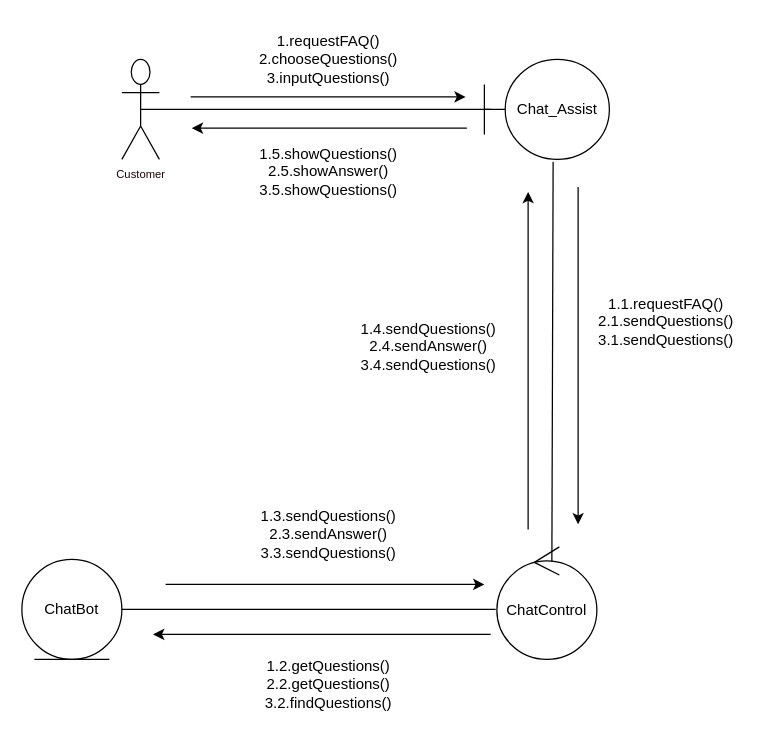
munkeawtoast/isad-diagrams keeps this draw.io diagram as page "Page-2" (1 of 2) of Request Durian info and FAQ.drawio. Above is the earlier version. Source tidied: cells renumbered, new cells numbered last; positions are measured from the earlier drawing's top-left corner, leaving out a move shared by most shapes. Both pictures are drawn from the tidied source at 125%, with x=0, y=0 at pixel (21, 21).
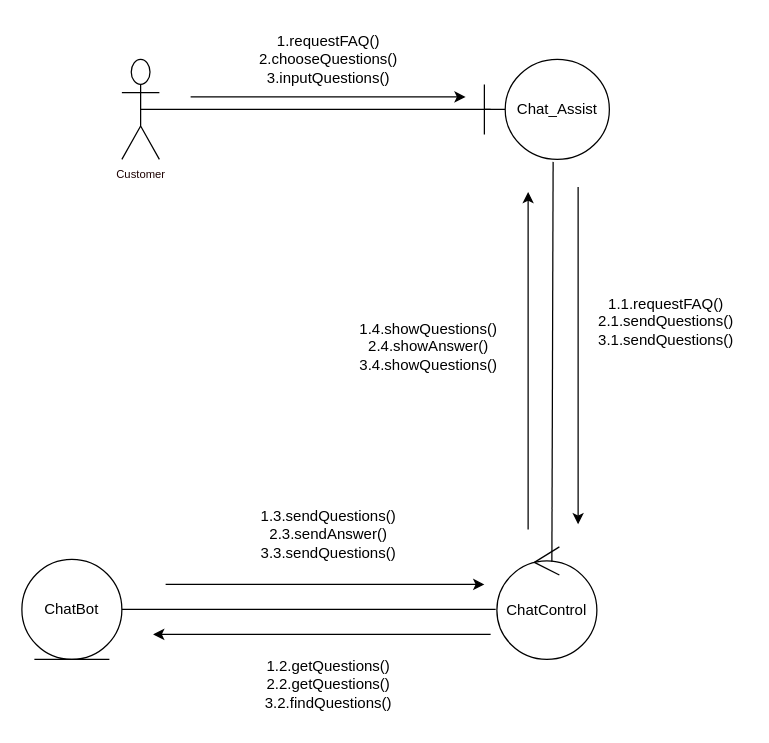
After the change.

Diff of the diagram source:
```diff
@@
-    <mxCell id="12" style="endArrow=classic;html=1;fontSize=9;fontColor=#1C0000;" parent="1" edge="1">
-      <mxGeometry relative="1" as="geometry">
-        <mxPoint x="356" y="85" as="sourcePoint" />
-        <mxPoint x="136" y="85" as="targetPoint" />
-      </mxGeometry>
-    </mxCell>
@@
-    <mxCell id="19" value="1.4.sendQuestions()&lt;br&gt;2.4.sendAnswer()&lt;br&gt;3.4.sendQuestions()" style="text;html=1;align=center;verticalAlign=middle;strokeColor=none;fillColor=none;" parent="1" vertex="1">
+    <mxCell id="19" value="1.4.showQuestions()&lt;br&gt;2.4.showAnswer()&lt;br&gt;3.4.showQuestions()" style="text;html=1;align=center;verticalAlign=middle;strokeColor=none;fillColor=none;" parent="1" vertex="1">
       <mxGeometry x="260" y="230" width="130" height="60" as="geometry" />
     </mxCell>
-    <mxCell id="20" value="1.5.showQuestions()&lt;br&gt;2.5.showAnswer()&lt;br&gt;3.5.showQuestions()" style="text;html=1;align=center;verticalAlign=middle;strokeColor=none;fillColor=none;" parent="1" vertex="1">
-      <mxGeometry x="180" y="90" width="130" height="60" as="geometry" />
-    </mxCell>
```
